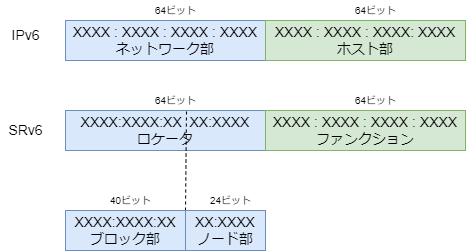
takamitsu-iida/srv6-guide keeps this draw.io diagram as doc/img/fig_5.drawio.png. Above is the earlier version. Source tidied: cells renumbered, new cells last; positions are measured from the earlier drawing's top-left corner, leaving out a move shared by most shapes. Source of this version:
```xml
<mxGraphModel>
  <root>
    <mxCell id="0" />
    <mxCell id="1" parent="0" />
    <mxCell id="2" value="XXXX : XXXX : XXXX : XXXX&lt;br&gt;ネットワーク部" style="rounded=0;whiteSpace=wrap;html=1;fontSize=14;fillColor=#dae8fc;strokeColor=#6c8ebf;" parent="1" vertex="1">
      <mxGeometry x="65" y="20" width="200" height="40" as="geometry" />
    </mxCell>
    <mxCell id="3" value="XXXX : XXXX : XXXX: XXXX&lt;br&gt;ホスト部" style="rounded=0;whiteSpace=wrap;html=1;fontSize=14;fillColor=#d5e8d4;strokeColor=#82b366;" parent="1" vertex="1">
      <mxGeometry x="265" y="20" width="200" height="40" as="geometry" />
    </mxCell>
    <mxCell id="4" value="IPv6" style="text;html=1;align=center;verticalAlign=middle;strokeColor=none;fillColor=none;fontSize=14;" parent="1" vertex="1">
      <mxGeometry x="5" y="25" width="40" height="20" as="geometry" />
    </mxCell>
    <mxCell id="5" value="64ビット" style="text;html=1;align=center;verticalAlign=middle;strokeColor=none;fillColor=none;fontSize=10;" parent="1" vertex="1">
      <mxGeometry x="145" width="60" height="20" as="geometry" />
    </mxCell>
    <mxCell id="6" value="64ビット" style="text;html=1;align=center;verticalAlign=middle;strokeColor=none;fillColor=none;fontSize=10;" parent="1" vertex="1">
      <mxGeometry x="345" width="60" height="20" as="geometry" />
    </mxCell>
    <mxCell id="7" value="XXXX:XXXX:XX&amp;nbsp; XX:XXXX&lt;br&gt;ロケータ" style="rounded=0;whiteSpace=wrap;html=1;fontSize=14;fillColor=#dae8fc;strokeColor=#6c8ebf;" parent="1" vertex="1">
      <mxGeometry x="65" y="110" width="200" height="40" as="geometry" />
    </mxCell>
    <mxCell id="8" value="XXXX : XXXX : XXXX : XXXX&lt;br&gt;ファンクション" style="rounded=0;whiteSpace=wrap;html=1;fontSize=14;fillColor=#d5e8d4;strokeColor=#82b366;" parent="1" vertex="1">
      <mxGeometry x="265" y="110" width="200" height="40" as="geometry" />
    </mxCell>
    <mxCell id="9" value="SRv6" style="text;html=1;align=center;verticalAlign=middle;strokeColor=none;fillColor=none;fontSize=14;" parent="1" vertex="1">
      <mxGeometry y="120" width="50" height="20" as="geometry" />
    </mxCell>
    <mxCell id="10" value="64ビット" style="text;html=1;align=center;verticalAlign=middle;strokeColor=none;fillColor=none;fontSize=10;" parent="1" vertex="1">
      <mxGeometry x="145" y="90" width="60" height="20" as="geometry" />
    </mxCell>
    <mxCell id="11" value="64ビット" style="text;html=1;align=center;verticalAlign=middle;strokeColor=none;fillColor=none;fontSize=10;" parent="1" vertex="1">
      <mxGeometry x="345" y="90" width="60" height="20" as="geometry" />
    </mxCell>
    <mxCell id="12" style="endArrow=none;dashed=1;html=1;fontSize=10;entryX=0.605;entryY=0.019;entryDx=0;entryDy=0;entryPerimeter=0;exitX=0;exitY=0;exitDx=0;exitDy=0;" parent="1" edge="1" source="16">
      <mxGeometry relative="1" as="geometry">
        <mxPoint x="186" y="110" as="targetPoint" />
      </mxGeometry>
    </mxCell>
    <mxCell id="13" value="40ビット" style="text;html=1;align=center;verticalAlign=middle;strokeColor=none;fillColor=none;fontSize=10;" parent="1" vertex="1">
      <mxGeometry x="100" y="190" width="60" height="20" as="geometry" />
    </mxCell>
    <mxCell id="14" value="24ビット" style="text;html=1;align=center;verticalAlign=middle;strokeColor=none;fillColor=none;fontSize=10;" parent="1" vertex="1">
      <mxGeometry x="200" y="190" width="60" height="20" as="geometry" />
    </mxCell>
    <mxCell id="15" value="XXXX:XXXX:XX&lt;br&gt;ブロック部" style="rounded=0;whiteSpace=wrap;html=1;fontSize=14;fillColor=#dae8fc;strokeColor=#6c8ebf;" parent="1" vertex="1">
      <mxGeometry x="65" y="210" width="120" height="40" as="geometry" />
    </mxCell>
    <mxCell id="16" value="XX:XXXX&lt;br&gt;ノード部" style="rounded=0;whiteSpace=wrap;html=1;fontSize=14;fillColor=#dae8fc;strokeColor=#6c8ebf;" parent="1" vertex="1">
      <mxGeometry x="185" y="210" width="80" height="40" as="geometry" />
    </mxCell>
  </root>
</mxGraphModel>
```
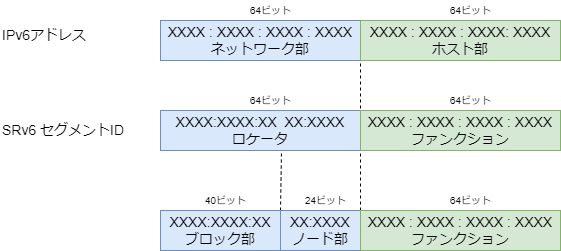
The same diagram one commit later.

What changed in the source:
```diff
@@ -2,14 +2,17 @@
   <root>
     <mxCell id="0" />
     <mxCell id="1" parent="0" />
+    <mxCell id="17" style="endArrow=none;dashed=1;html=1;fontSize=10;exitX=0;exitY=0;exitDx=0;exitDy=0;entryX=0;entryY=1;entryDx=0;entryDy=0;" parent="1" edge="1" source="18" target="3">
+      <mxGeometry relative="1" as="geometry" />
+    </mxCell>
     <mxCell id="2" value="XXXX : XXXX : XXXX : XXXX&lt;br&gt;ネットワーク部" style="rounded=0;whiteSpace=wrap;html=1;fontSize=14;fillColor=#dae8fc;strokeColor=#6c8ebf;" parent="1" vertex="1">
       <mxGeometry x="65" y="20" width="200" height="40" as="geometry" />
     </mxCell>
     <mxCell id="3" value="XXXX : XXXX : XXXX: XXXX&lt;br&gt;ホスト部" style="rounded=0;whiteSpace=wrap;html=1;fontSize=14;fillColor=#d5e8d4;strokeColor=#82b366;" parent="1" vertex="1">
       <mxGeometry x="265" y="20" width="200" height="40" as="geometry" />
     </mxCell>
-    <mxCell id="4" value="IPv6" style="text;html=1;align=center;verticalAlign=middle;strokeColor=none;fillColor=none;fontSize=14;" parent="1" vertex="1">
-      <mxGeometry x="5" y="25" width="40" height="20" as="geometry" />
+    <mxCell id="4" value="IPv6アドレス" style="text;html=1;align=left;verticalAlign=middle;strokeColor=none;fillColor=none;fontSize=14;" parent="1" vertex="1">
+      <mxGeometry x="-95" y="20" width="110" height="30" as="geometry" />
     </mxCell>
     <mxCell id="5" value="64ビット" style="text;html=1;align=center;verticalAlign=middle;strokeColor=none;fillColor=none;fontSize=10;" parent="1" vertex="1">
       <mxGeometry x="145" width="60" height="20" as="geometry" />
@@ -23,8 +26,8 @@
     <mxCell id="8" value="XXXX : XXXX : XXXX : XXXX&lt;br&gt;ファンクション" style="rounded=0;whiteSpace=wrap;html=1;fontSize=14;fillColor=#d5e8d4;strokeColor=#82b366;" parent="1" vertex="1">
       <mxGeometry x="265" y="110" width="200" height="40" as="geometry" />
     </mxCell>
-    <mxCell id="9" value="SRv6" style="text;html=1;align=center;verticalAlign=middle;strokeColor=none;fillColor=none;fontSize=14;" parent="1" vertex="1">
-      <mxGeometry y="120" width="50" height="20" as="geometry" />
+    <mxCell id="9" value="SRv6 セグメントID" style="text;html=1;align=left;verticalAlign=middle;strokeColor=none;fillColor=none;fontSize=14;" parent="1" vertex="1">
+      <mxGeometry x="-95" y="115" width="150" height="30" as="geometry" />
     </mxCell>
     <mxCell id="10" value="64ビット" style="text;html=1;align=center;verticalAlign=middle;strokeColor=none;fillColor=none;fontSize=10;" parent="1" vertex="1">
       <mxGeometry x="145" y="90" width="60" height="20" as="geometry" />
@@ -32,9 +35,9 @@
     <mxCell id="11" value="64ビット" style="text;html=1;align=center;verticalAlign=middle;strokeColor=none;fillColor=none;fontSize=10;" parent="1" vertex="1">
       <mxGeometry x="345" y="90" width="60" height="20" as="geometry" />
     </mxCell>
-    <mxCell id="12" style="endArrow=none;dashed=1;html=1;fontSize=10;entryX=0.605;entryY=0.019;entryDx=0;entryDy=0;entryPerimeter=0;exitX=0;exitY=0;exitDx=0;exitDy=0;" parent="1" edge="1" source="16">
+    <mxCell id="12" style="endArrow=none;dashed=1;html=1;fontSize=10;exitX=0;exitY=0;exitDx=0;exitDy=0;" parent="1" edge="1" source="16">
       <mxGeometry relative="1" as="geometry">
-        <mxPoint x="186" y="110" as="targetPoint" />
+        <mxPoint x="186" y="150" as="targetPoint" />
       </mxGeometry>
     </mxCell>
     <mxCell id="13" value="40ビット" style="text;html=1;align=center;verticalAlign=middle;strokeColor=none;fillColor=none;fontSize=10;" parent="1" vertex="1">
@@ -49,5 +52,11 @@
     <mxCell id="16" value="XX:XXXX&lt;br&gt;ノード部" style="rounded=0;whiteSpace=wrap;html=1;fontSize=14;fillColor=#dae8fc;strokeColor=#6c8ebf;" parent="1" vertex="1">
       <mxGeometry x="185" y="210" width="80" height="40" as="geometry" />
     </mxCell>
+    <mxCell id="18" value="XXXX : XXXX : XXXX : XXXX&lt;br&gt;ファンクション" style="rounded=0;whiteSpace=wrap;html=1;fontSize=14;fillColor=#d5e8d4;strokeColor=#82b366;" parent="1" vertex="1">
+      <mxGeometry x="265" y="210" width="200" height="40" as="geometry" />
+    </mxCell>
+    <mxCell id="19" value="64ビット" style="text;html=1;align=center;verticalAlign=middle;strokeColor=none;fillColor=none;fontSize=10;" parent="1" vertex="1">
+      <mxGeometry x="345" y="190" width="60" height="20" as="geometry" />
+    </mxCell>
   </root>
 </mxGraphModel>
```
